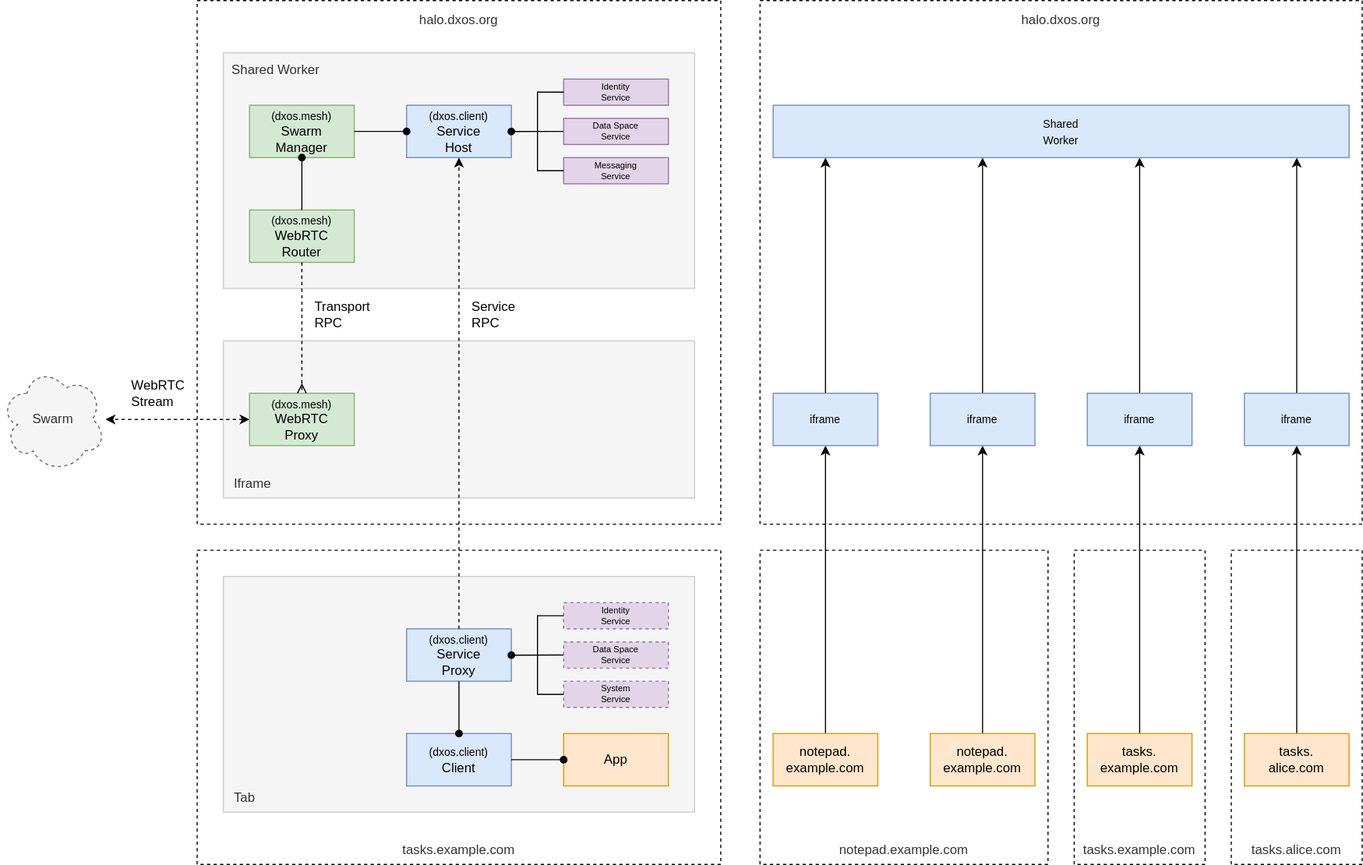
Earlier version of the draw.io export docs/docs/design/diagrams/client-webrtc-router.drawio.svg (dxos/dxos). Source tidied: cells renumbered, new cells last; positions are measured from the earlier drawing's top-left corner, leaving out a move shared by most shapes.
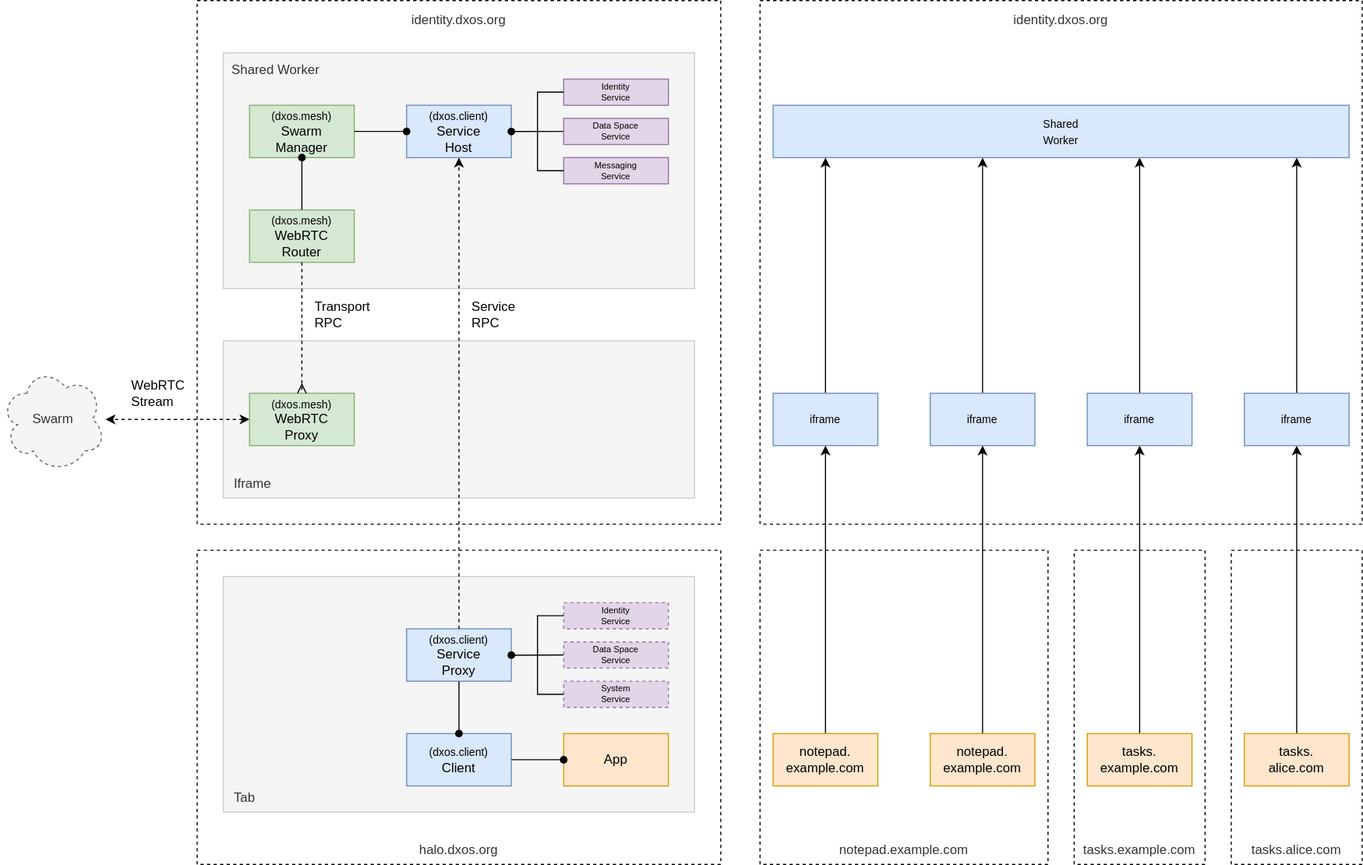
Above is the later version.

Commit message:
docs: Update diagram domains

Change to the diagram source:
```diff
@@ -11,13 +11,13 @@
     <mxCell id="4" value="tasks.example.com" style="rounded=0;whiteSpace=wrap;html=1;fillColor=none;fontColor=#333333;strokeColor=default;verticalAlign=bottom;spacingBottom=4;spacingTop=4;align=center;spacingRight=8;spacingLeft=8;dashed=1;" parent="1" vertex="1">
       <mxGeometry x="984" y="504" width="120" height="288" as="geometry" />
     </mxCell>
-    <mxCell id="5" value="halo.dxos.org" style="rounded=0;whiteSpace=wrap;html=1;fillColor=none;fontColor=#333333;strokeColor=default;verticalAlign=top;spacingBottom=4;spacingTop=4;align=center;spacingRight=8;spacingLeft=8;dashed=1;" parent="1" vertex="1">
+    <mxCell id="5" value="identity.dxos.org" style="rounded=0;whiteSpace=wrap;html=1;fillColor=none;fontColor=#333333;strokeColor=default;verticalAlign=top;spacingBottom=4;spacingTop=4;align=center;spacingRight=8;spacingLeft=8;dashed=1;" parent="1" vertex="1">
       <mxGeometry x="696" width="552" height="480" as="geometry" />
     </mxCell>
-    <mxCell id="6" value="tasks.example.com" style="rounded=0;whiteSpace=wrap;html=1;fillColor=none;fontColor=#333333;strokeColor=default;verticalAlign=bottom;spacingBottom=4;spacingTop=4;align=center;spacingRight=8;spacingLeft=8;dashed=1;" parent="1" vertex="1">
+    <mxCell id="6" value="halo.dxos.org" style="rounded=0;whiteSpace=wrap;html=1;fillColor=none;fontColor=#333333;strokeColor=default;verticalAlign=bottom;spacingBottom=4;spacingTop=4;align=center;spacingRight=8;spacingLeft=8;dashed=1;" parent="1" vertex="1">
       <mxGeometry x="180" y="504" width="480" height="288" as="geometry" />
     </mxCell>
-    <mxCell id="7" value="halo.dxos.org" style="rounded=0;whiteSpace=wrap;html=1;fillColor=none;fontColor=#333333;strokeColor=default;verticalAlign=top;spacingBottom=4;spacingTop=4;align=center;spacingRight=8;spacingLeft=8;dashed=1;" parent="1" vertex="1">
+    <mxCell id="7" value="identity.dxos.org" style="rounded=0;whiteSpace=wrap;html=1;fillColor=none;fontColor=#333333;strokeColor=default;verticalAlign=top;spacingBottom=4;spacingTop=4;align=center;spacingRight=8;spacingLeft=8;dashed=1;" parent="1" vertex="1">
       <mxGeometry x="180" width="480" height="480" as="geometry" />
     </mxCell>
     <mxCell id="8" value="Shared Worker" style="rounded=0;whiteSpace=wrap;html=1;fillColor=#f5f5f5;fontColor=#333333;strokeColor=#CCCCCC;verticalAlign=top;spacingBottom=4;spacingTop=4;align=left;spacing=0;spacingRight=8;spacingLeft=8;" parent="1" vertex="1">
```
